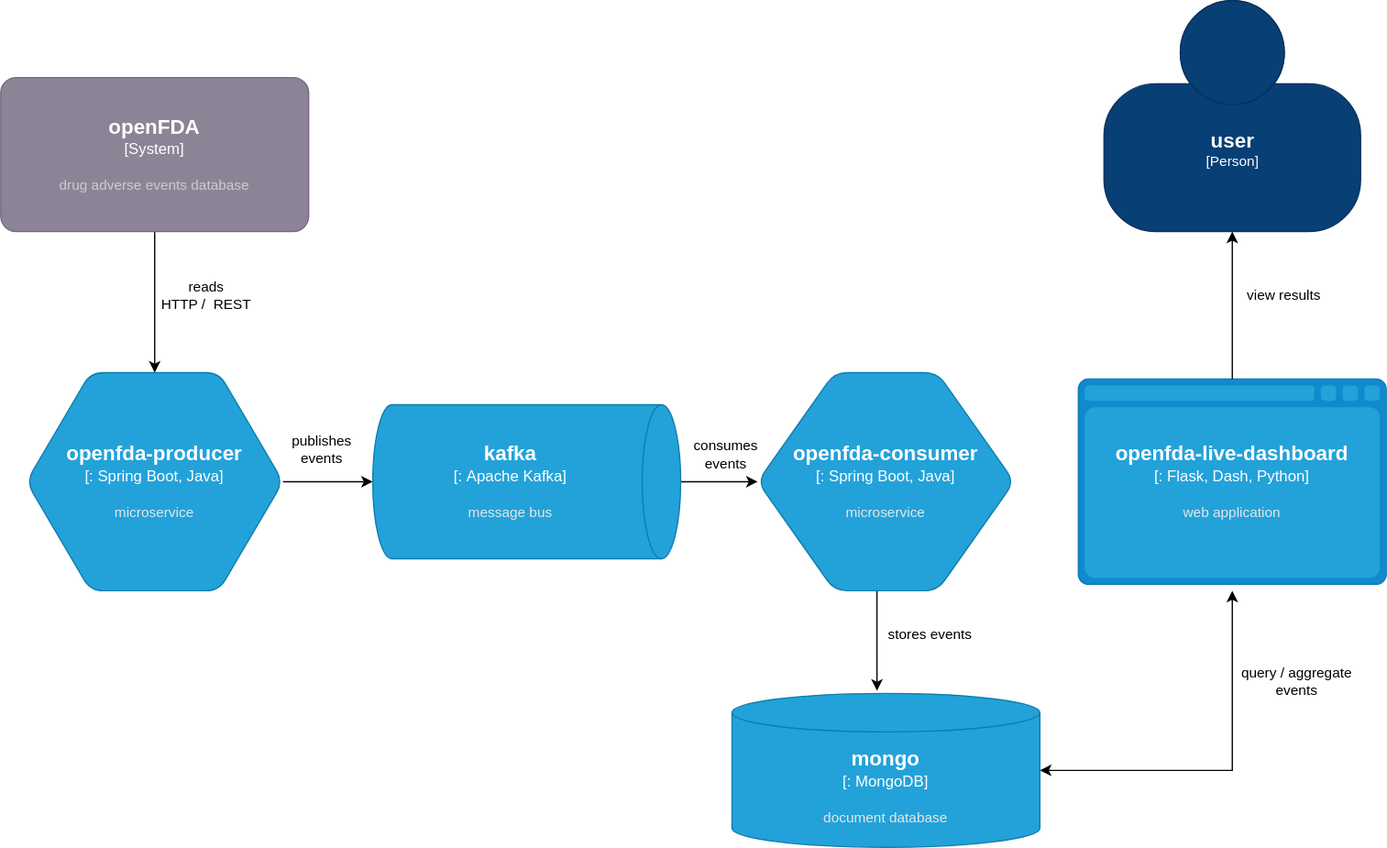
koziolk/openfda-bigdata-pipeline keeps this draw.io diagram as pipeline-architecture.svg. Above is the earlier version. Source tidied: cells renumbered, new cells last; positions are measured from the earlier drawing's top-left corner, leaving out a move shared by most shapes.
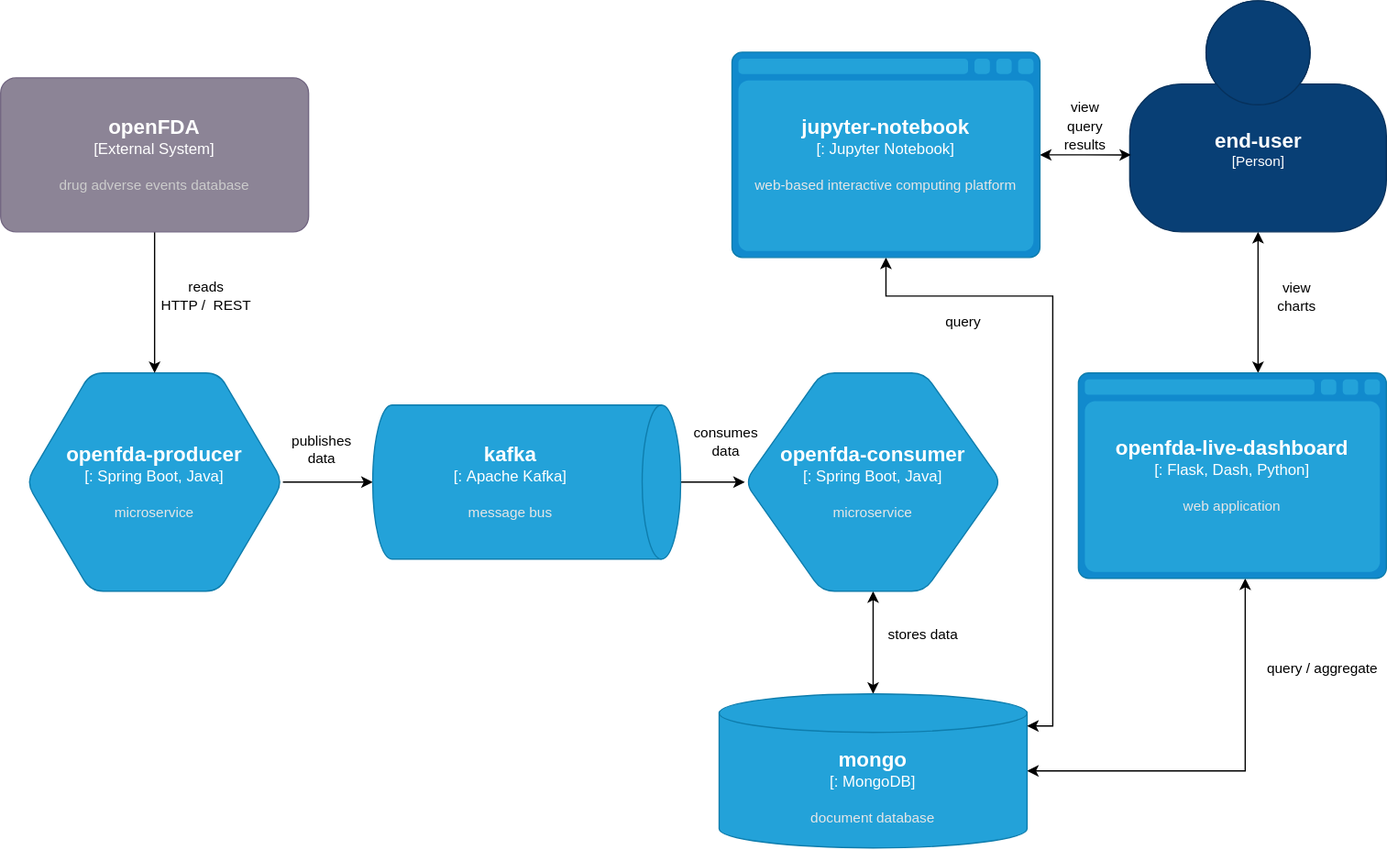
The same file after the commit.

Commit message:
update docker services definition, cosmetic changes in diagrams, new results

Diff of the diagram source:
```diff
@@ -5,7 +5,7 @@
     <mxCell id="2" style="edgeStyle=orthogonalEdgeStyle;rounded=0;jettySize=auto;html=1;" parent="1" edge="1" source="4" target="6">
       <mxGeometry relative="1" as="geometry" />
     </mxCell>
-    <mxCell id="3" value="publishes&lt;br&gt;events" style="edgeLabel;html=1;align=center;verticalAlign=middle;" parent="2" vertex="1">
+    <mxCell id="3" value="publishes&lt;br&gt;data" style="edgeLabel;html=1;align=center;verticalAlign=middle;" parent="2" vertex="1">
       <mxGeometry x="-0.06" y="4" relative="1" as="geometry">
         <mxPoint x="-3" y="-21" as="offset" />
       </mxGeometry>
@@ -15,7 +15,7 @@
         <mxGeometry x="20" y="290" width="200" height="170" as="geometry" />
       </mxCell>
     </object>
-    <mxCell id="5" style="edgeStyle=orthogonalEdgeStyle;rounded=0;jettySize=auto;html=1;" parent="1" edge="1" source="6" target="8">
+    <mxCell id="5" style="edgeStyle=orthogonalEdgeStyle;rounded=0;jettySize=auto;html=1;startArrow=none;startFill=0;endArrow=classic;endFill=1;" parent="1" edge="1" source="6" target="8">
       <mxGeometry relative="1" as="geometry" />
     </mxCell>
     <object id="6" label="&lt;font style=&quot;font-size: 16px&quot;&gt;&lt;b&gt;%c4Type%&lt;/font&gt;&lt;div&gt;[%c4Container%:&amp;nbsp;%c4Technology%]&lt;/div&gt;&lt;br&gt;&lt;div&gt;&lt;font style=&quot;font-size: 11px&quot;&gt;&lt;font color=&quot;#E6E6E6&quot;&gt;%c4Description%&lt;/font&gt;&lt;/div&gt;" c4Container="" c4Description="message bus" c4Technology="Apache Kafka" c4Type="kafka" placeholders="1">
@@ -23,33 +23,29 @@
         <mxGeometry x="290" y="315" width="240" height="120" as="geometry" />
       </mxCell>
     </object>
-    <mxCell id="7" style="edgeStyle=orthogonalEdgeStyle;rounded=0;jettySize=auto;html=1;entryX=0.471;entryY=-0.017;entryDx=0;entryDy=0;entryPerimeter=0;" parent="1" edge="1" target="11">
-      <mxGeometry relative="1" as="geometry">
-        <mxPoint x="683" y="460" as="sourcePoint" />
-        <Array as="points">
-          <mxPoint x="683" y="500" />
-          <mxPoint x="683" y="500" />
-        </Array>
-      </mxGeometry>
-    </mxCell>
+    <mxCell id="21" style="edgeStyle=orthogonalEdgeStyle;rounded=0;jettySize=auto;html=1;startArrow=classic;startFill=1;endArrow=classic;endFill=1;" parent="1" edge="1" source="8" target="11">
+      <mxGeometry relative="1" as="geometry" />
+    </mxCell>
     <object id="8" label="&lt;font style=&quot;font-size: 16px&quot;&gt;&lt;b&gt;%c4Type%&lt;/font&gt;&lt;div&gt;[%c4Container%:&amp;nbsp;%c4Technology%]&lt;/div&gt;&lt;br&gt;&lt;div&gt;&lt;font style=&quot;font-size: 11px&quot;&gt;&lt;font color=&quot;#E6E6E6&quot;&gt;%c4Description%&lt;/font&gt;&lt;/div&gt;" c4Container="" c4Description="microservice" c4Technology="Spring Boot, Java" c4Type="openfda-consumer" placeholders="1">
       <mxCell style="shape=hexagon;size=60;perimeter=hexagonPerimeter2;whiteSpace=wrap;html=1;fixedSize=1;rounded=1;labelBackgroundColor=none;fillColor=#23A2D9;fontSize=12;fontColor=#ffffff;align=center;strokeColor=#0E7DAD;points=[[0.5,0,0],[1,0.25,0],[1,0.5,0],[1,0.75,0],[0.5,1,0],[0,0.75,0],[0,0.5,0],[0,0.25,0]];" parent="1" vertex="1">
-        <mxGeometry x="590" y="290" width="200" height="170" as="geometry" />
+        <mxGeometry x="580" y="290" width="200" height="170" as="geometry" />
       </mxCell>
     </object>
-    <mxCell id="9" style="edgeStyle=orthogonalEdgeStyle;rounded=0;jettySize=auto;html=1;startArrow=classic;startFill=1;" parent="1" edge="1" source="11">
+    <mxCell id="9" style="edgeStyle=orthogonalEdgeStyle;rounded=0;jettySize=auto;html=1;startArrow=classic;startFill=1;" parent="1" edge="1" source="11" target="15">
       <mxGeometry relative="1" as="geometry">
-        <mxPoint x="960" y="460" as="targetPoint" />
+        <Array as="points">
+          <mxPoint x="970" y="600" />
+        </Array>
       </mxGeometry>
     </mxCell>
-    <mxCell id="10" value="query / aggregate&lt;br&gt;events" style="edgeLabel;html=1;align=center;verticalAlign=middle;" parent="9" vertex="1">
+    <mxCell id="10" value="query" style="edgeLabel;html=1;align=center;verticalAlign=middle;" parent="9" vertex="1">
       <mxGeometry x="0.54" y="3" relative="1" as="geometry">
-        <mxPoint x="53" y="4" as="offset" />
+        <mxPoint x="-217" y="-273" as="offset" />
       </mxGeometry>
     </mxCell>
     <object id="11" label="&lt;font style=&quot;font-size: 16px&quot;&gt;&lt;b&gt;%c4Type%&lt;/font&gt;&lt;div&gt;[%c4Container%:&amp;nbsp;%c4Technology%]&lt;/div&gt;&lt;br&gt;&lt;div&gt;&lt;font style=&quot;font-size: 11px&quot;&gt;&lt;font color=&quot;#E6E6E6&quot;&gt;%c4Description%&lt;/font&gt;&lt;/div&gt;" c4Container="" c4Description="document database" c4Technology="MongoDB" c4Type="mongo" placeholders="1">
       <mxCell style="shape=cylinder3;size=15;whiteSpace=wrap;html=1;boundedLbl=1;rounded=0;labelBackgroundColor=none;fillColor=#23A2D9;fontSize=12;fontColor=#ffffff;align=center;strokeColor=#0E7DAD;points=[[0.5,0,0],[1,0.25,0],[1,0.5,0],[1,0.75,0],[0.5,1,0],[0,0.75,0],[0,0.5,0],[0,0.25,0]];" parent="1" vertex="1">
-        <mxGeometry x="570" y="540" width="240" height="120" as="geometry" />
+        <mxGeometry x="560" y="540" width="240" height="120" as="geometry" />
       </mxCell>
     </object>
     <mxCell id="12" style="edgeStyle=orthogonalEdgeStyle;rounded=0;jettySize=auto;html=1;entryX=0.5;entryY=0;entryDx=0;entryDy=0;entryPerimeter=0;" parent="1" edge="1" source="14" target="4">
@@ -60,34 +56,65 @@
         <mxPoint x="38" y="6" as="offset" />
       </mxGeometry>
     </mxCell>
-    <object id="14" label="&lt;font style=&quot;font-size: 16px&quot;&gt;&lt;b&gt;%c4Name%&lt;/b&gt;&lt;/font&gt;&lt;div&gt;[%c4Type%]&lt;/div&gt;&lt;br&gt;&lt;div&gt;&lt;font style=&quot;font-size: 11px&quot;&gt;&lt;font color=&quot;#cccccc&quot;&gt;%c4Description%&lt;/font&gt;&lt;/div&gt;" c4Description="drug adverse events database" c4Name="openFDA" c4Type="System" placeholders="1">
+    <object id="14" label="&lt;font style=&quot;font-size: 16px&quot;&gt;&lt;b&gt;%c4Name%&lt;/b&gt;&lt;/font&gt;&lt;div&gt;[%c4Type%]&lt;/div&gt;&lt;br&gt;&lt;div&gt;&lt;font style=&quot;font-size: 11px&quot;&gt;&lt;font color=&quot;#cccccc&quot;&gt;%c4Description%&lt;/font&gt;&lt;/div&gt;" c4Description="drug adverse events database" c4Name="openFDA" c4Type="External System" placeholders="1">
       <mxCell style="rounded=1;whiteSpace=wrap;html=1;labelBackgroundColor=none;fillColor=#8C8496;fontColor=#ffffff;align=center;arcSize=10;strokeColor=#736782;points=[[0.25,0,0],[0.5,0,0],[0.75,0,0],[1,0.25,0],[1,0.5,0],[1,0.75,0],[0.75,1,0],[0.5,1,0],[0.25,1,0],[0,0.75,0],[0,0.5,0],[0,0.25,0]];" parent="1" vertex="1">
         <mxGeometry y="60" width="240" height="120" as="geometry" />
       </mxCell>
     </object>
+    <mxCell id="22" style="edgeStyle=orthogonalEdgeStyle;rounded=0;jettySize=auto;html=1;startArrow=classic;startFill=1;endArrow=classic;endFill=1;" parent="1" edge="1" source="15" target="17">
+      <mxGeometry relative="1" as="geometry">
+        <Array as="points">
+          <mxPoint x="980" y="260" />
+          <mxPoint x="980" y="260" />
+        </Array>
+      </mxGeometry>
+    </mxCell>
     <object id="15" label="&lt;font style=&quot;font-size: 16px&quot;&gt;&lt;b&gt;%c4Type%&lt;/font&gt;&lt;div&gt;[%c4Container%:&amp;nbsp;%c4Technology%]&lt;/div&gt;&lt;br&gt;&lt;div&gt;&lt;font style=&quot;font-size: 11px&quot;&gt;&lt;font color=&quot;#E6E6E6&quot;&gt;%c4Description%&lt;/font&gt;&lt;/div&gt;" c4Container="" c4Description="web application" c4Technology="Flask, Dash, Python" c4Type="openfda-live-dashboard" placeholders="1">
       <mxCell style="shape=mxgraph.c4.webBrowserContainer;whiteSpace=wrap;html=1;boundedLbl=1;rounded=0;labelBackgroundColor=none;fillColor=#118ACD;fontSize=12;fontColor=#ffffff;align=center;strokeColor=#0E7DAD;points=[[0.5,0,0],[1,0.25,0],[1,0.5,0],[1,0.75,0],[0.5,1,0],[0,0.75,0],[0,0.5,0],[0,0.25,0]];" parent="1" vertex="1">
-        <mxGeometry x="840" y="295" width="240" height="160" as="geometry" />
+        <mxGeometry x="840" y="290" width="240" height="160" as="geometry" />
       </mxCell>
     </object>
-    <mxCell id="16" style="edgeStyle=orthogonalEdgeStyle;rounded=0;jettySize=auto;html=1;startArrow=classic;startFill=1;endArrow=none;endFill=0;" parent="1" edge="1" source="17" target="15">
-      <mxGeometry relative="1" as="geometry" />
-    </mxCell>
-    <object id="17" label="&lt;font style=&quot;font-size: 16px&quot;&gt;&lt;b&gt;%c4Name%&lt;/b&gt;&lt;/font&gt;&lt;div&gt;[%c4Type%]&lt;/div&gt;&lt;br&gt;&lt;div&gt;&lt;font style=&quot;font-size: 11px&quot;&gt;&lt;font color=&quot;#cccccc&quot;&gt;%c4Description%&lt;/font&gt;&lt;/div&gt;" c4Description="" c4Name="user" c4Type="Person" placeholders="1">
+    <object id="17" label="&lt;font style=&quot;font-size: 16px&quot;&gt;&lt;b&gt;%c4Name%&lt;/b&gt;&lt;/font&gt;&lt;div&gt;[%c4Type%]&lt;/div&gt;&lt;br&gt;&lt;div&gt;&lt;font style=&quot;font-size: 11px&quot;&gt;&lt;font color=&quot;#cccccc&quot;&gt;%c4Description%&lt;/font&gt;&lt;/div&gt;" c4Description="" c4Name="end-user" c4Type="Person" placeholders="1">
       <mxCell style="html=1;fontSize=11;dashed=0;whitespace=wrap;fillColor=#083F75;strokeColor=#06315C;fontColor=#ffffff;shape=mxgraph.c4.person2;align=center;points=[[0.5,0,0],[1,0.5,0],[1,0.75,0],[0.75,1,0],[0.5,1,0],[0.25,1,0],[0,0.75,0],[0,0.5,0]];" parent="1" vertex="1">
-        <mxGeometry x="860" width="200" height="180" as="geometry" />
+        <mxGeometry x="880" width="200" height="180" as="geometry" />
       </mxCell>
     </object>
-    <mxCell id="18" value="&lt;span style=&quot;color: rgb(0 , 0 , 0) ; font-family: &amp;#34;helvetica&amp;#34; ; font-size: 11px ; font-style: normal ; font-weight: 400 ; letter-spacing: normal ; text-align: center ; text-indent: 0px ; text-transform: none ; word-spacing: 0px ; background-color: rgb(255 , 255 , 255) ; display: inline ; float: none&quot;&gt;stores events&lt;br&gt;&lt;/span&gt;" style="text;whiteSpace=wrap;html=1;" parent="1" vertex="1">
-      <mxGeometry x="690" y="480" width="80" height="50" as="geometry" />
+    <mxCell id="18" value="&lt;span style=&quot;color: rgb(0 , 0 , 0) ; font-family: &amp;#34;helvetica&amp;#34; ; font-size: 11px ; font-style: normal ; font-weight: 400 ; letter-spacing: normal ; text-align: center ; text-indent: 0px ; text-transform: none ; word-spacing: 0px ; background-color: rgb(255 , 255 , 255) ; display: inline ; float: none&quot;&gt;stores data&lt;br&gt;&lt;/span&gt;" style="text;whiteSpace=wrap;html=1;" parent="1" vertex="1">
+      <mxGeometry x="690" y="480" width="80" height="30" as="geometry" />
     </mxCell>
-    <mxCell id="19" value="consumes&lt;br&gt;events" style="edgeLabel;html=1;align=center;verticalAlign=middle;" parent="1" vertex="1">
-      <mxGeometry x="450" y="400" as="geometry">
+    <mxCell id="19" value="consumes&lt;br&gt;data" style="edgeLabel;html=1;align=center;verticalAlign=middle;" parent="1" vertex="1">
+      <mxGeometry x="450" y="390" as="geometry">
         <mxPoint x="115" y="-46" as="offset" />
       </mxGeometry>
     </mxCell>
-    <mxCell id="20" value="view results" style="edgeLabel;html=1;align=center;verticalAlign=middle;" parent="1" vertex="1">
-      <mxGeometry x="1000" y="230" as="geometry" />
+    <mxCell id="20" value="view &lt;br&gt;charts" style="edgeLabel;html=1;align=center;verticalAlign=middle;" parent="1" vertex="1">
+      <mxGeometry x="1010" y="240" as="geometry">
+        <mxPoint y="-9" as="offset" />
+      </mxGeometry>
     </mxCell>
+    <mxCell id="23" style="edgeStyle=orthogonalEdgeStyle;rounded=0;jettySize=auto;html=1;startArrow=classic;startFill=1;endArrow=classic;endFill=1;entryX=0.005;entryY=0.667;entryDx=0;entryDy=0;entryPerimeter=0;" parent="1" edge="1" source="25" target="17">
+      <mxGeometry relative="1" as="geometry" />
+    </mxCell>
+    <mxCell id="24" style="edgeStyle=orthogonalEdgeStyle;rounded=0;jettySize=auto;html=1;startArrow=classic;startFill=1;endArrow=classic;endFill=1;" parent="1" edge="1" source="25">
+      <mxGeometry relative="1" as="geometry">
+        <mxPoint x="800" y="565" as="targetPoint" />
+        <Array as="points">
+          <mxPoint x="690" y="230" />
+          <mxPoint x="820" y="230" />
+          <mxPoint x="820" y="565" />
+        </Array>
+      </mxGeometry>
+    </mxCell>
+    <object id="25" label="&lt;font style=&quot;font-size: 16px&quot;&gt;&lt;b&gt;%c4Type%&lt;/font&gt;&lt;div&gt;[%c4Container%:&amp;nbsp;%c4Technology%]&lt;/div&gt;&lt;br&gt;&lt;div&gt;&lt;font style=&quot;font-size: 11px&quot;&gt;&lt;font color=&quot;#E6E6E6&quot;&gt;%c4Description%&lt;/font&gt;&lt;/div&gt;" c4Container="" c4Description=" web-based interactive computing platform" c4Technology="Jupyter Notebook" c4Type="jupyter-notebook" placeholders="1">
+      <mxCell style="shape=mxgraph.c4.webBrowserContainer;whiteSpace=wrap;html=1;boundedLbl=1;rounded=0;labelBackgroundColor=none;fillColor=#118ACD;fontSize=12;fontColor=#ffffff;align=center;strokeColor=#0E7DAD;points=[[0.5,0,0],[1,0.25,0],[1,0.5,0],[1,0.75,0],[0.5,1,0],[0,0.75,0],[0,0.5,0],[0,0.25,0]];" parent="1" vertex="1">
+        <mxGeometry x="570" y="40" width="240" height="160" as="geometry" />
+      </mxCell>
+    </object>
+    <mxCell id="26" value="&lt;br&gt;&lt;font style=&quot;font-size: 11px&quot;&gt;&lt;font style=&quot;font-size: 11px&quot;&gt;vie&lt;/font&gt;w &lt;br&gt;query&lt;br&gt;results&lt;/font&gt;" style="text;html=1;align=center;verticalAlign=middle;strokeColor=none;fillColor=none;" parent="1" vertex="1">
+      <mxGeometry x="820" y="60" width="50" height="60" as="geometry" />
+    </mxCell>
+    <mxCell id="27" value="query / aggregate" style="edgeLabel;html=1;align=center;verticalAlign=middle;" parent="1" vertex="1">
+      <mxGeometry x="1030" y="520" as="geometry" />
+    </mxCell>
   </root>
 </mxGraphModel>
```
